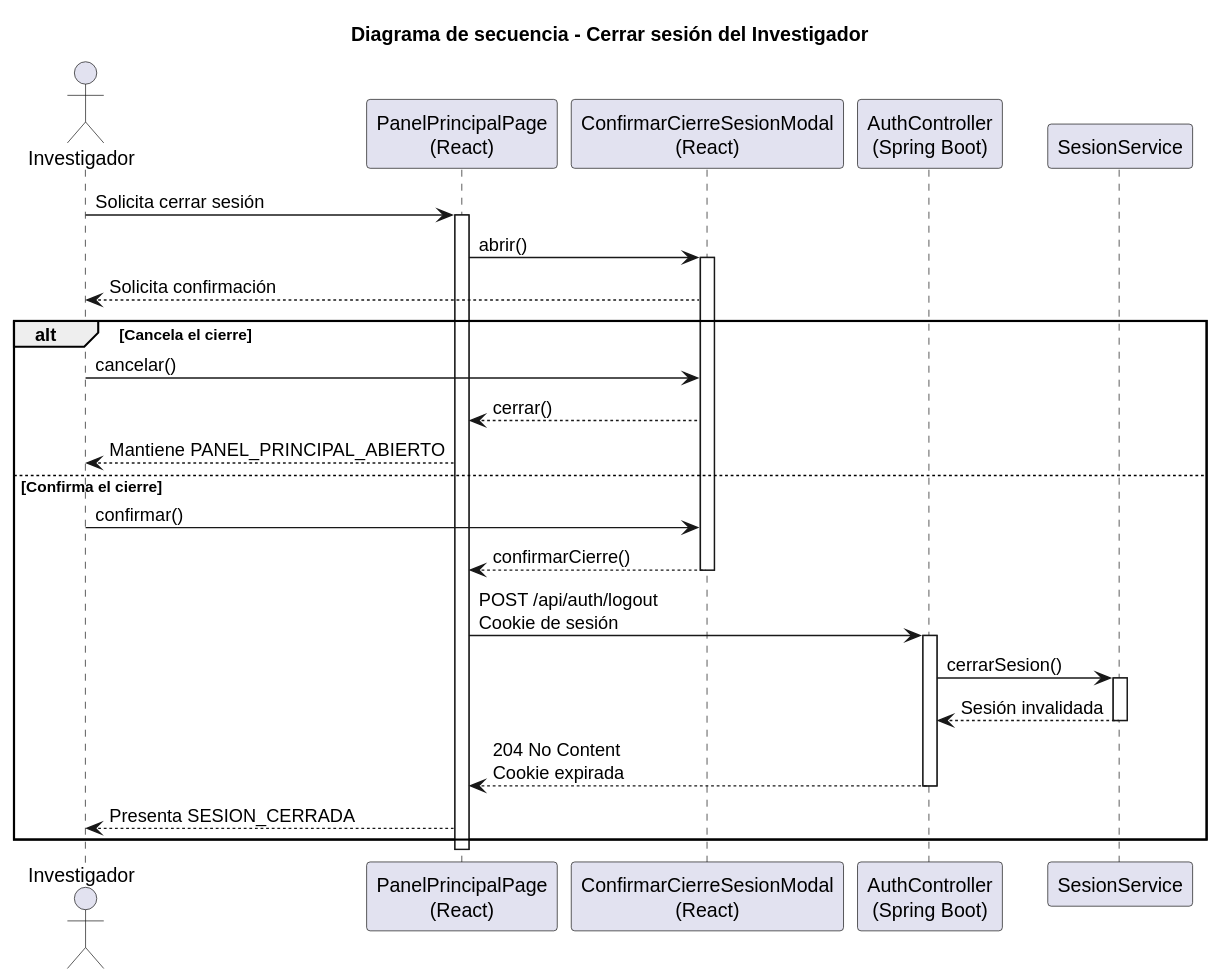
Above: images/RUP/02-diseño/casos-uso/investigador/cerrarSesion/secuencia.svg in beatriizorozco/25-26-idsw2-sdVC (PlantUML), before the change. Source of this version:
```plantuml
@startuml
title Diagrama de secuencia - Cerrar sesión del Investigador

actor Investigador
participant "PanelPrincipalPage\n(React)" as Frontend
participant "ConfirmarCierreSesionModal\n(React)" as Modal
participant "AuthController\n(Spring Boot)" as Api
participant "SesionService" as Sesion

Investigador -> Frontend: Solicita cerrar sesión
activate Frontend
Frontend -> Modal: abrir()
activate Modal
Modal --> Investigador: Solicita confirmación

alt Cancela el cierre
    Investigador -> Modal: cancelar()
    Modal --> Frontend: cerrar()
    Frontend --> Investigador: Mantiene PANEL_PRINCIPAL_ABIERTO
else Confirma el cierre
    Investigador -> Modal: confirmar()
    Modal --> Frontend: confirmarCierre()
    deactivate Modal
    Frontend -> Api: POST /api/auth/logout\nCookie de sesión
    activate Api
    Api -> Sesion: cerrarSesion()
    activate Sesion
    Sesion --> Api: Sesión invalidada
    deactivate Sesion
    Api --> Frontend: 204 No Content\nCookie expirada
    deactivate Api
    Frontend --> Investigador: Presenta SESION_CERRADA
end
deactivate Frontend
@enduml
```
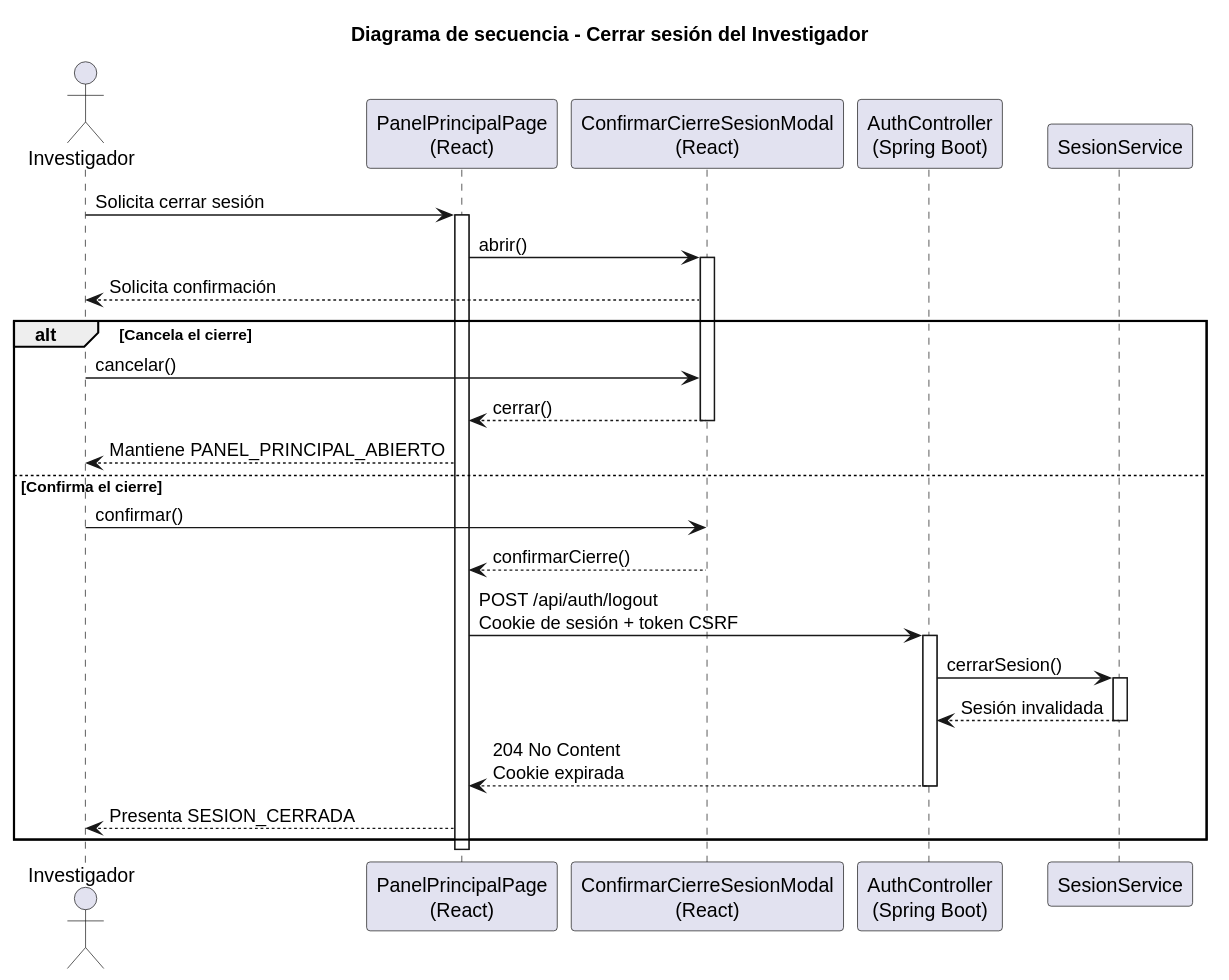
The same diagram one commit later.

The edit, as a diff of the source:
```diff
@@ -16,12 +16,13 @@
 alt Cancela el cierre
     Investigador -> Modal: cancelar()
     Modal --> Frontend: cerrar()
+    deactivate Modal
     Frontend --> Investigador: Mantiene PANEL_PRINCIPAL_ABIERTO
 else Confirma el cierre
     Investigador -> Modal: confirmar()
     Modal --> Frontend: confirmarCierre()
     deactivate Modal
-    Frontend -> Api: POST /api/auth/logout\nCookie de sesión
+    Frontend -> Api: POST /api/auth/logout\nCookie de sesión + token CSRF
     activate Api
     Api -> Sesion: cerrarSesion()
     activate Sesion
```
